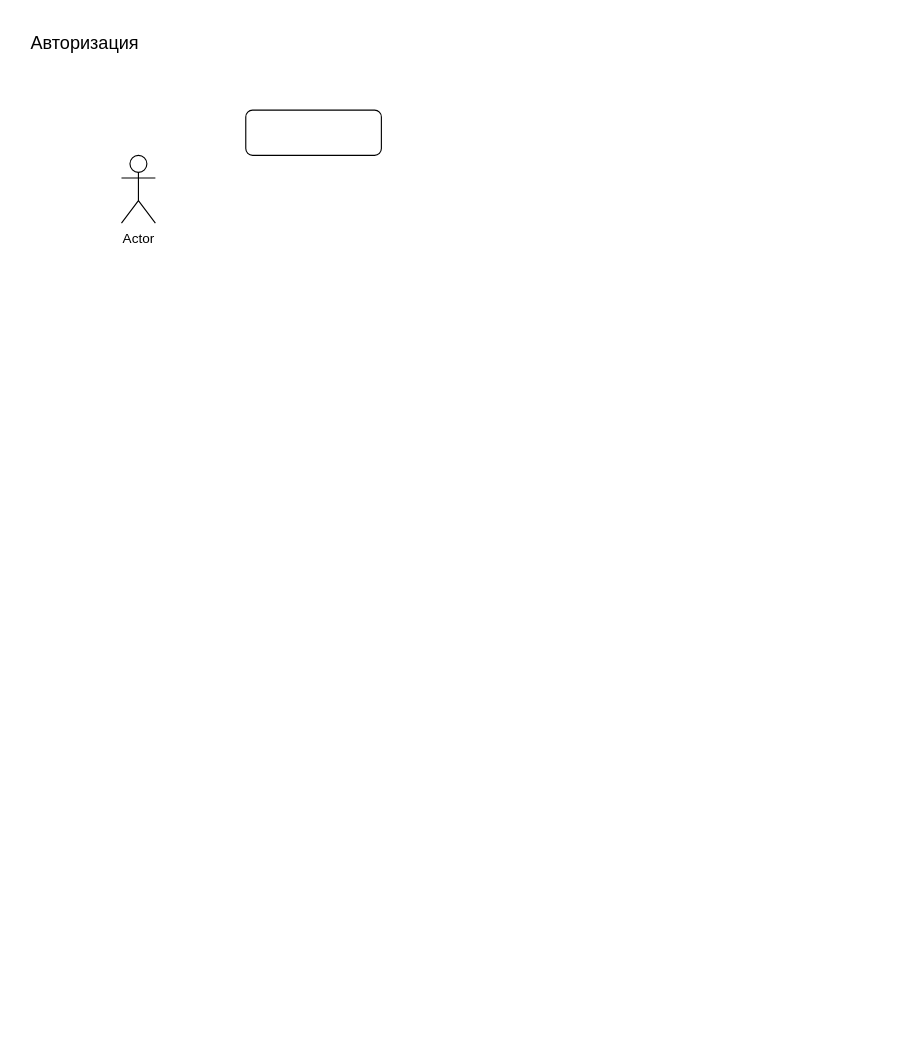
Before: run-game/doc/login.drawio in SazonovDenis/run-game, a draw.io diagram. Source tidied: cells renumbered, new cells numbered last; positions are measured from the earlier drawing's top-left corner, leaving out a move shared by most shapes. Both pictures are drawn from the tidied source at 113%, with x=0, y=0 at pixel (19, 19).
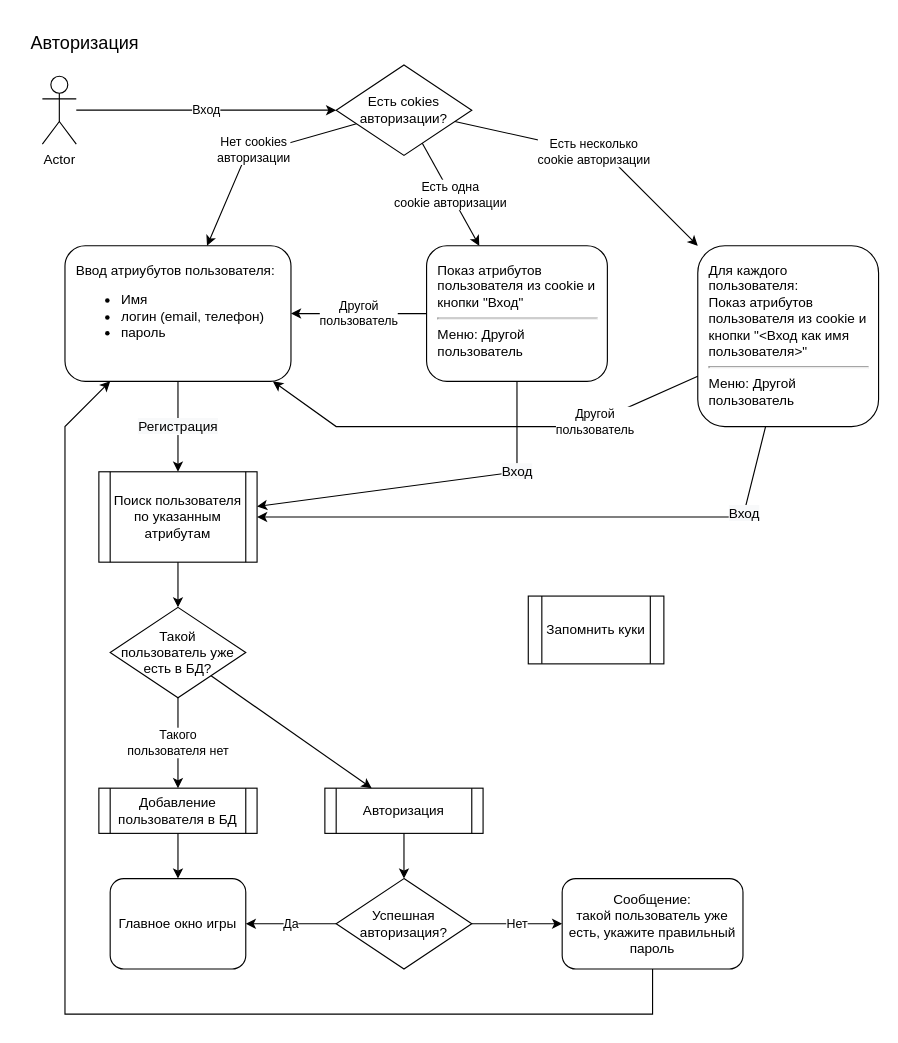
After the change.

Change to the diagram source:
```diff
@@
-    <mxCell id="3" style="rounded=1;whiteSpace=wrap;html=1;" parent="1" vertex="1">
-      <mxGeometry x="200" y="80" width="120" height="40" as="geometry" />
+    <mxCell id="3" value="Ввод атриубутов пользователя: &lt;br&gt;&lt;ul&gt;&lt;li style=&quot;&quot;&gt;Имя&lt;/li&gt;&lt;li style=&quot;&quot;&gt;логин (email, телефон)&lt;/li&gt;&lt;li style=&quot;&quot;&gt;пароль&lt;/li&gt;&lt;/ul&gt;" style="rounded=1;whiteSpace=wrap;html=1;verticalAlign=top;align=left;spacing=10;" parent="1" vertex="1">
+      <mxGeometry x="40" y="200" width="200" height="120" as="geometry" />
     </mxCell>
     <mxCell id="4" value="Actor" style="shape=umlActor;verticalLabelPosition=bottom;verticalAlign=top;html=1;outlineConnect=0;" parent="1" vertex="1">
-      <mxGeometry x="90" y="120" width="30" height="60" as="geometry" />
+      <mxGeometry x="20" y="50" width="30" height="60" as="geometry" />
     </mxCell>
+    <mxCell id="5" value="Нет cookies&lt;br&gt;авторизации" style="endArrow=classic;html=1;rounded=0;" parent="1" edge="1" source="6" target="3">
+      <mxGeometry x="-0.01" y="-3" relative="1" as="geometry">
+        <Array as="points">
+          <mxPoint x="200" y="120" />
+        </Array>
+      </mxGeometry>
+    </mxCell>
+    <mxCell id="6" value="Есть cokies&lt;br&gt;авторизации?" style="rhombus;whiteSpace=wrap;html=1;" parent="1" vertex="1">
+      <mxGeometry x="280" y="40" width="120" height="80" as="geometry" />
+    </mxCell>
+    <mxCell id="7" value="Вход" style="endArrow=classic;html=1;rounded=0;entryX=0;entryY=0.5;entryDx=0;entryDy=0;" parent="1" edge="1" source="4" target="6">
+      <mxGeometry relative="1" as="geometry" />
+    </mxCell>
+    <mxCell id="8" value="Есть одна &lt;br&gt;cookie авторизации" style="endArrow=classic;html=1;rounded=0;" parent="1" edge="1" source="6" target="10">
+      <mxGeometry relative="1" as="geometry" />
+    </mxCell>
+    <mxCell id="9" value="Есть несколько&lt;br&gt;cookie авторизации" style="endArrow=classic;html=1;rounded=0;" parent="1" edge="1" source="6" target="29">
+      <mxGeometry relative="1" as="geometry">
+        <Array as="points">
+          <mxPoint x="520" y="120" />
+        </Array>
+      </mxGeometry>
+    </mxCell>
+    <mxCell id="10" value="Показ атрибутов пользователя из cookie и кнопки &quot;Вход&quot;&lt;br&gt;&lt;hr&gt;Меню: Другой пользователь" style="rounded=1;whiteSpace=wrap;html=1;verticalAlign=top;align=left;spacing=10;" parent="1" vertex="1">
+      <mxGeometry x="360" y="200" width="160" height="120" as="geometry" />
+    </mxCell>
+    <mxCell id="11" value="Другой &lt;br&gt;пользователь" style="endArrow=classic;html=1;rounded=0;" parent="1" edge="1" source="10" target="3">
+      <mxGeometry relative="1" as="geometry" />
+    </mxCell>
+    <mxCell id="12" value="&lt;span style=&quot;font-size: 12px; text-align: left; background-color: rgb(248, 249, 250);&quot;&gt;Вход&lt;/span&gt;" style="endArrow=classic;html=1;rounded=0;" parent="1" edge="1" source="10" target="27">
+      <mxGeometry x="-0.49" relative="1" as="geometry">
+        <Array as="points">
+          <mxPoint x="440" y="400" />
+        </Array>
+      </mxGeometry>
+    </mxCell>
+    <mxCell id="13" value="&lt;span style=&quot;font-size: 12px; background-color: rgb(248, 249, 250);&quot;&gt;Регистрация&lt;/span&gt;" style="endArrow=classic;html=1;rounded=0;" parent="1" edge="1" source="3" target="27">
+      <mxGeometry relative="1" as="geometry" />
+    </mxCell>
+    <mxCell id="14" value="Такой&lt;br&gt;пользователь уже есть в БД?" style="rhombus;whiteSpace=wrap;html=1;" parent="1" vertex="1">
+      <mxGeometry x="80" y="520" width="120" height="80" as="geometry" />
+    </mxCell>
+    <mxCell id="15" value="Такого &lt;br&gt;пользователя нет" style="endArrow=classic;html=1;rounded=0;" parent="1" edge="1" source="14" target="16">
+      <mxGeometry relative="1" as="geometry" />
+    </mxCell>
+    <mxCell id="16" value="Добавление пользователя в БД" style="shape=process;whiteSpace=wrap;html=1;backgroundOutline=1;size=0.07142857142857142;" parent="1" vertex="1">
+      <mxGeometry x="70" y="680" width="140" height="40" as="geometry" />
+    </mxCell>
+    <mxCell id="17" value="Авторизация" style="shape=process;whiteSpace=wrap;html=1;backgroundOutline=1;size=0.07142857142857142;" parent="1" vertex="1">
+      <mxGeometry x="270" y="680" width="140" height="40" as="geometry" />
+    </mxCell>
+    <mxCell id="18" style="endArrow=classic;html=1;rounded=0;" parent="1" edge="1" source="14" target="17">
+      <mxGeometry relative="1" as="geometry" />
+    </mxCell>
+    <mxCell id="19" style="endArrow=classic;html=1;rounded=0;" parent="1" edge="1" source="16" target="20">
+      <mxGeometry relative="1" as="geometry" />
+    </mxCell>
+    <mxCell id="20" value="Главное окно игры" style="rounded=1;whiteSpace=wrap;html=1;" parent="1" vertex="1">
+      <mxGeometry x="80" y="760" width="120" height="80" as="geometry" />
+    </mxCell>
+    <mxCell id="21" value="Успешная авторизация?" style="rhombus;whiteSpace=wrap;html=1;" parent="1" vertex="1">
+      <mxGeometry x="280" y="760" width="120" height="80" as="geometry" />
+    </mxCell>
+    <mxCell id="22" style="endArrow=classic;html=1;rounded=0;" parent="1" edge="1" source="17" target="21">
+      <mxGeometry relative="1" as="geometry" />
+    </mxCell>
+    <mxCell id="23" value="Да" style="endArrow=classic;html=1;rounded=0;" parent="1" edge="1" source="21" target="20">
+      <mxGeometry relative="1" as="geometry" />
+    </mxCell>
+    <mxCell id="24" value="Нет" style="endArrow=classic;html=1;rounded=0;" parent="1" edge="1" source="21" target="25">
+      <mxGeometry relative="1" as="geometry" />
+    </mxCell>
+    <mxCell id="25" value="Сообщение:&lt;br&gt;такой пользователь уже есть, укажите правильный пароль" style="rounded=1;whiteSpace=wrap;html=1;" parent="1" vertex="1">
+      <mxGeometry x="480" y="760" width="160" height="80" as="geometry" />
+    </mxCell>
+    <mxCell id="26" style="endArrow=classic;html=1;rounded=0;" parent="1" edge="1" source="25" target="3">
+      <mxGeometry relative="1" as="geometry">
+        <Array as="points">
+          <mxPoint x="560" y="880" />
+          <mxPoint x="40" y="880" />
+          <mxPoint x="40" y="360" />
+        </Array>
+      </mxGeometry>
+    </mxCell>
+    <mxCell id="27" value="Поиск пользователя по указанным атрибутам" style="shape=process;whiteSpace=wrap;html=1;backgroundOutline=1;size=0.07142857142857142;" parent="1" vertex="1">
+      <mxGeometry x="70" y="400" width="140" height="80" as="geometry" />
+    </mxCell>
+    <mxCell id="28" style="endArrow=classic;html=1;rounded=0;" parent="1" edge="1" source="27" target="14">
+      <mxGeometry relative="1" as="geometry" />
+    </mxCell>
+    <mxCell id="29" value="Для каждого пользователя: &lt;br&gt;Показ атрибутов пользователя из cookie и кнопки &quot;&amp;lt;Вход как имя пользователя&amp;gt;&quot;&lt;br&gt;&lt;hr&gt;Меню: Другой пользователь" style="rounded=1;whiteSpace=wrap;html=1;verticalAlign=top;align=left;spacing=10;" parent="1" vertex="1">
+      <mxGeometry x="600" y="200" width="160" height="160" as="geometry" />
+    </mxCell>
+    <mxCell id="30" value="&lt;span style=&quot;font-size: 12px; text-align: left; background-color: rgb(248, 249, 250);&quot;&gt;Вход&lt;/span&gt;" style="endArrow=classic;html=1;rounded=0;" parent="1" edge="1" source="29" target="27">
+      <mxGeometry x="-0.69" relative="1" as="geometry">
+        <Array as="points">
+          <mxPoint x="640" y="440" />
+        </Array>
+      </mxGeometry>
+    </mxCell>
+    <mxCell id="31" value="Другой &lt;br&gt;пользователь" style="endArrow=classic;html=1;rounded=0;" parent="1" edge="1" source="29" target="3">
+      <mxGeometry x="-0.5" relative="1" as="geometry">
+        <Array as="points">
+          <mxPoint x="500" y="360" />
+          <mxPoint x="280" y="360" />
+        </Array>
+      </mxGeometry>
+    </mxCell>
+    <mxCell id="32" value="Запомнить куки" style="shape=process;whiteSpace=wrap;html=1;backgroundOutline=1;" parent="1" vertex="1">
+      <mxGeometry x="450" y="510" width="120" height="60" as="geometry" />
+    </mxCell>
```
